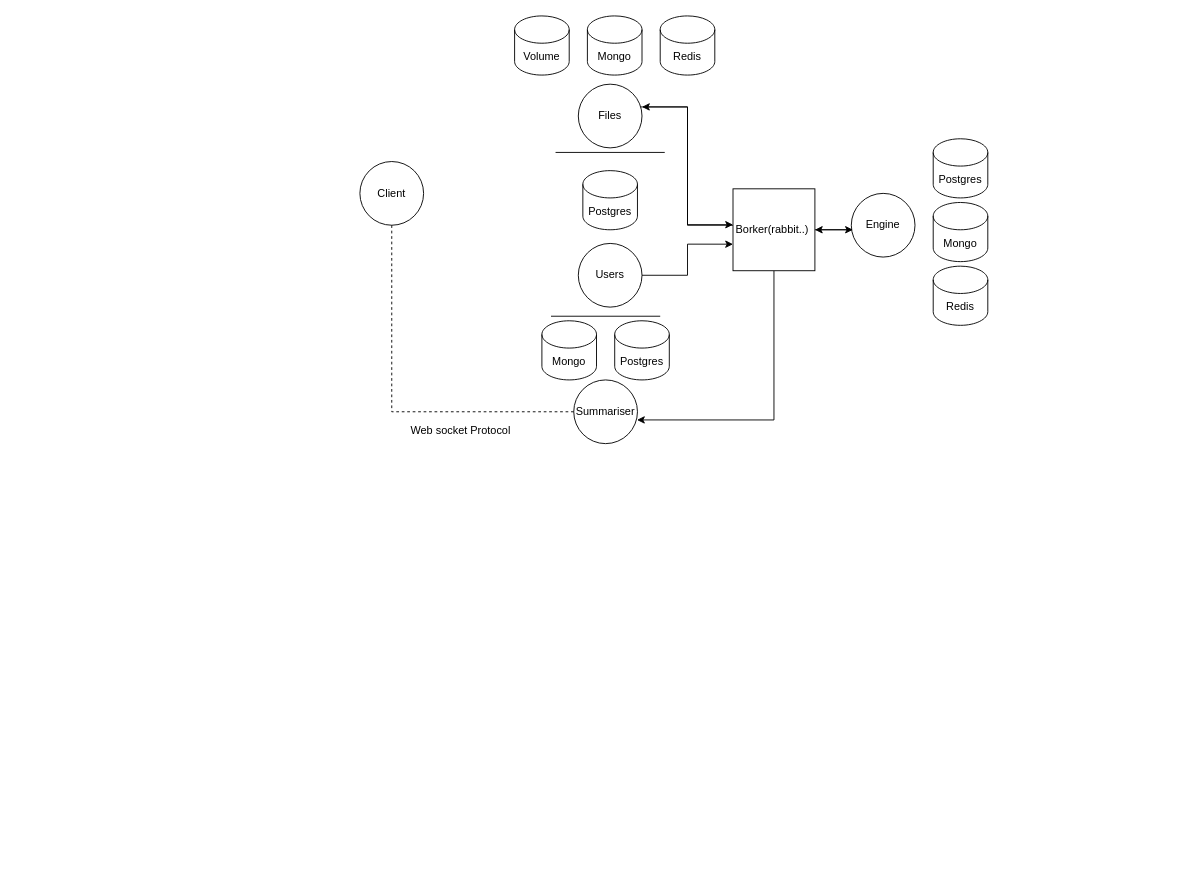
Above: CSF.drawio in Ido400/CSF (draw.io), before the change. Source tidied: cells renumbered, new cells numbered last; positions are measured from the earlier drawing's top-left corner, leaving out a move shared by most shapes. Both pictures are drawn from the tidied source at 91%, with x=0, y=0 at pixel (359, 15).
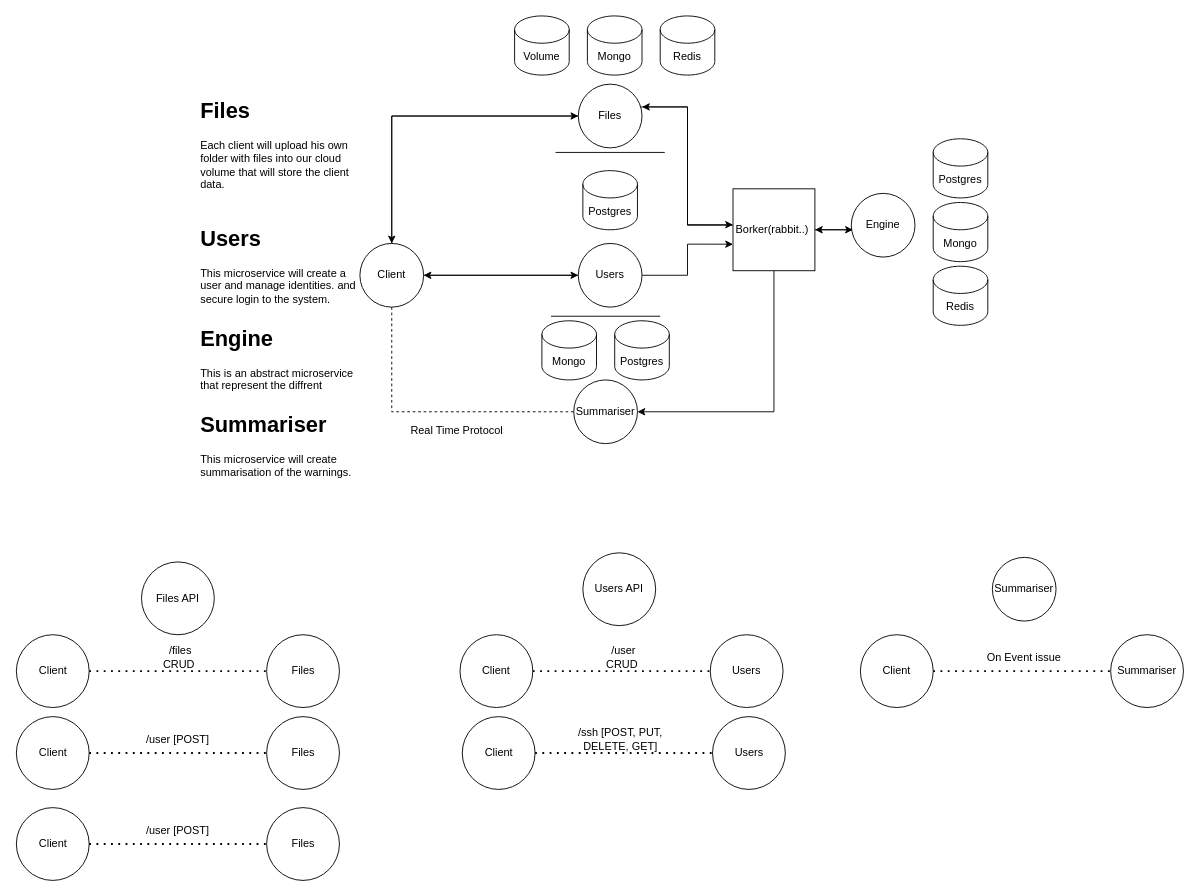
Above is the later version.

Commit message:
finish the genrall desing of the CSF

The change refers to these unchanged cells:
```xml
<mxCell id="3" value="Users" style="ellipse;whiteSpace=wrap;html=1;" parent="1" vertex="1">
  <mxGeometry x="240" y="250" width="70" height="70" as="geometry" />
</mxCell>
<mxCell id="5" value="Files" style="ellipse;whiteSpace=wrap;html=1;" parent="1" vertex="1">
  <mxGeometry x="240" y="75" width="70" height="70" as="geometry" />
</mxCell>
<mxCell id="11" value="Borker(rabbit..)&amp;nbsp;" style="whiteSpace=wrap;html=1;" parent="1" vertex="1">
  <mxGeometry x="410" y="190" width="90" height="90" as="geometry" />
</mxCell>
<mxCell id="19" value="Summariser" style="ellipse;whiteSpace=wrap;html=1;" parent="1" vertex="1">
  <mxGeometry x="235" y="400" width="70" height="70" as="geometry" />
</mxCell>
```

Change to the diagram source:
```diff
@@
+    <mxCell id="27" style="edgeStyle=orthogonalEdgeStyle;rounded=0;jettySize=auto;html=1;entryX=1;entryY=0.5;entryDx=0;entryDy=0;" parent="1" edge="1" source="3" target="12">
+      <mxGeometry relative="1" as="geometry" />
+    </mxCell>
@@
+    <mxCell id="28" style="edgeStyle=orthogonalEdgeStyle;rounded=0;jettySize=auto;html=1;" parent="1" edge="1" source="5" target="12">
+      <mxGeometry relative="1" as="geometry" />
+    </mxCell>
@@
-    <mxCell id="10" style="edgeStyle=orthogonalEdgeStyle;rounded=0;jettySize=auto;html=1;entryX=0.993;entryY=0.628;entryDx=0;entryDy=0;entryPerimeter=0;" parent="1" edge="1" source="11" target="19">
+    <mxCell id="10" style="edgeStyle=orthogonalEdgeStyle;rounded=0;jettySize=auto;html=1;entryX=1;entryY=0.5;entryDx=0;entryDy=0;" parent="1" edge="1" source="11" target="19">
       <mxGeometry relative="1" as="geometry">
         <Array as="points">
-          <mxPoint x="455" y="444" />
+          <mxPoint x="455" y="435" />
         </Array>
       </mxGeometry>
     </mxCell>
@@
+    <mxCell id="29" style="edgeStyle=orthogonalEdgeStyle;rounded=0;jettySize=auto;html=1;" parent="1" edge="1" source="12" target="3">
+      <mxGeometry relative="1" as="geometry" />
+    </mxCell>
+    <mxCell id="30" style="edgeStyle=orthogonalEdgeStyle;rounded=0;jettySize=auto;html=1;entryX=0;entryY=0.5;entryDx=0;entryDy=0;" parent="1" edge="1" source="12" target="5">
+      <mxGeometry relative="1" as="geometry">
+        <Array as="points">
+          <mxPoint x="35" y="110" />
+        </Array>
+      </mxGeometry>
+    </mxCell>
     <mxCell id="12" value="Client" style="ellipse;whiteSpace=wrap;html=1;" parent="1" vertex="1">
-      <mxGeometry y="160" width="70" height="70" as="geometry" />
+      <mxGeometry y="250" width="70" height="70" as="geometry" />
     </mxCell>
@@
-    <mxCell id="26" value="Web socket Protocol" style="text;strokeColor=none;fillColor=none;align=left;verticalAlign=middle;spacingLeft=4;spacingRight=4;overflow=hidden;" parent="1" vertex="1">
+    <mxCell id="26" value="Real Time Protocol" style="text;strokeColor=none;fillColor=none;align=left;verticalAlign=middle;spacingLeft=4;spacingRight=4;overflow=hidden;" parent="1" vertex="1">
       <mxGeometry x="50" y="440" width="140" height="30" as="geometry" />
     </mxCell>
+    <mxCell id="31" value="&lt;h1&gt;Files&amp;nbsp;&lt;/h1&gt;&lt;p&gt;Each client will upload his own folder with files into our cloud volume that will store the client data.&lt;/p&gt;" style="text;html=1;strokeColor=none;fillColor=none;spacing=5;spacingTop=-20;whiteSpace=wrap;overflow=hidden;rounded=0;" parent="1" vertex="1">
+      <mxGeometry x="-180" y="85" width="190" height="120" as="geometry" />
+    </mxCell>
+    <mxCell id="32" value="&lt;h1&gt;Users&lt;/h1&gt;&lt;p&gt;This microservice will create a user and manage identities. and secure login to the system.&amp;nbsp;&lt;span style=&quot;background-color: initial;&quot;&gt;&amp;nbsp; &amp;nbsp;&lt;/span&gt;&lt;/p&gt;" style="text;html=1;strokeColor=none;fillColor=none;spacing=5;spacingTop=-20;whiteSpace=wrap;overflow=hidden;rounded=0;" parent="1" vertex="1">
+      <mxGeometry x="-180" y="225" width="190" height="120" as="geometry" />
+    </mxCell>
+    <mxCell id="33" value="&lt;h1&gt;Engine&lt;/h1&gt;&lt;p&gt;This is an abstract microservice that represent the diffrent&amp;nbsp; &amp;nbsp;&lt;/p&gt;" style="text;html=1;strokeColor=none;fillColor=none;spacing=5;spacingTop=-20;whiteSpace=wrap;overflow=hidden;rounded=0;" parent="1" vertex="1">
+      <mxGeometry x="-180" y="335" width="190" height="120" as="geometry" />
+    </mxCell>
+    <mxCell id="34" value="Users" style="ellipse;whiteSpace=wrap;html=1;" parent="1" vertex="1">
+      <mxGeometry x="385" y="680" width="80" height="80" as="geometry" />
+    </mxCell>
+    <mxCell id="35" value="Client" style="ellipse;whiteSpace=wrap;html=1;" parent="1" vertex="1">
+      <mxGeometry x="110" y="680" width="80" height="80" as="geometry" />
+    </mxCell>
+    <mxCell id="36" style="endArrow=none;dashed=1;html=1;dashPattern=1 3;strokeWidth=2;rounded=0;exitX=1;exitY=0.5;exitDx=0;exitDy=0;entryX=0;entryY=0.5;entryDx=0;entryDy=0;" parent="1" edge="1" source="35" target="34">
+      <mxGeometry relative="1" as="geometry" />
+    </mxCell>
+    <mxCell id="37" value="Users API" style="ellipse;whiteSpace=wrap;html=1;" parent="1" vertex="1">
+      <mxGeometry x="245" y="590" width="80" height="80" as="geometry" />
+    </mxCell>
+    <mxCell id="38" value="/user CRUD&amp;nbsp;" style="text;html=1;strokeColor=none;fillColor=none;align=center;verticalAlign=middle;whiteSpace=wrap;rounded=0;" parent="1" vertex="1">
+      <mxGeometry x="260" y="690" width="60" height="30" as="geometry" />
+    </mxCell>
+    <mxCell id="39" value="Users" style="ellipse;whiteSpace=wrap;html=1;" parent="1" vertex="1">
+      <mxGeometry x="387.5" y="770" width="80" height="80" as="geometry" />
+    </mxCell>
+    <mxCell id="40" value="Client" style="ellipse;whiteSpace=wrap;html=1;" parent="1" vertex="1">
+      <mxGeometry x="112.5" y="770" width="80" height="80" as="geometry" />
+    </mxCell>
+    <mxCell id="41" style="endArrow=none;dashed=1;html=1;dashPattern=1 3;strokeWidth=2;rounded=0;exitX=1;exitY=0.5;exitDx=0;exitDy=0;entryX=0;entryY=0.5;entryDx=0;entryDy=0;" parent="1" edge="1" source="40" target="39">
+      <mxGeometry relative="1" as="geometry" />
+    </mxCell>
+    <mxCell id="42" value="/ssh [POST, PUT, DELETE, GET]" style="text;html=1;strokeColor=none;fillColor=none;align=center;verticalAlign=middle;whiteSpace=wrap;rounded=0;" parent="1" vertex="1">
+      <mxGeometry x="230" y="780" width="112.5" height="30" as="geometry" />
+    </mxCell>
+    <mxCell id="43" value="Files API" style="ellipse;whiteSpace=wrap;html=1;" parent="1" vertex="1">
+      <mxGeometry x="-240" y="600" width="80" height="80" as="geometry" />
+    </mxCell>
+    <mxCell id="44" value="Files" style="ellipse;whiteSpace=wrap;html=1;" parent="1" vertex="1">
+      <mxGeometry x="-102.5" y="680" width="80" height="80" as="geometry" />
+    </mxCell>
+    <mxCell id="45" value="Client" style="ellipse;whiteSpace=wrap;html=1;" parent="1" vertex="1">
+      <mxGeometry x="-377.5" y="680" width="80" height="80" as="geometry" />
+    </mxCell>
+    <mxCell id="46" style="endArrow=none;dashed=1;html=1;dashPattern=1 3;strokeWidth=2;rounded=0;exitX=1;exitY=0.5;exitDx=0;exitDy=0;entryX=0;entryY=0.5;entryDx=0;entryDy=0;" parent="1" edge="1" source="45" target="44">
+      <mxGeometry relative="1" as="geometry" />
+    </mxCell>
+    <mxCell id="47" value="/files CRUD&amp;nbsp;" style="text;html=1;strokeColor=none;fillColor=none;align=center;verticalAlign=middle;whiteSpace=wrap;rounded=0;" parent="1" vertex="1">
+      <mxGeometry x="-227.5" y="690" width="60" height="30" as="geometry" />
+    </mxCell>
+    <mxCell id="48" value="Summariser" style="ellipse;whiteSpace=wrap;html=1;" parent="1" vertex="1">
+      <mxGeometry x="695" y="595" width="70" height="70" as="geometry" />
+    </mxCell>
+    <mxCell id="49" value="Summariser" style="ellipse;whiteSpace=wrap;html=1;" parent="1" vertex="1">
+      <mxGeometry x="825" y="680" width="80" height="80" as="geometry" />
+    </mxCell>
+    <mxCell id="50" value="Client" style="ellipse;whiteSpace=wrap;html=1;" parent="1" vertex="1">
+      <mxGeometry x="550" y="680" width="80" height="80" as="geometry" />
+    </mxCell>
+    <mxCell id="51" style="endArrow=none;dashed=1;html=1;dashPattern=1 3;strokeWidth=2;rounded=0;exitX=1;exitY=0.5;exitDx=0;exitDy=0;entryX=0;entryY=0.5;entryDx=0;entryDy=0;" parent="1" edge="1" source="50" target="49">
+      <mxGeometry relative="1" as="geometry" />
+    </mxCell>
+    <mxCell id="52" value="On Event issue" style="text;html=1;strokeColor=none;fillColor=none;align=center;verticalAlign=middle;whiteSpace=wrap;rounded=0;" parent="1" vertex="1">
+      <mxGeometry x="670" y="690" width="120" height="30" as="geometry" />
+    </mxCell>
+    <mxCell id="53" value="Files" style="ellipse;whiteSpace=wrap;html=1;" parent="1" vertex="1">
+      <mxGeometry x="-102.5" y="770" width="80" height="80" as="geometry" />
+    </mxCell>
+    <mxCell id="54" value="Client" style="ellipse;whiteSpace=wrap;html=1;" parent="1" vertex="1">
+      <mxGeometry x="-377.5" y="770" width="80" height="80" as="geometry" />
+    </mxCell>
+    <mxCell id="55" style="endArrow=none;dashed=1;html=1;dashPattern=1 3;strokeWidth=2;rounded=0;exitX=1;exitY=0.5;exitDx=0;exitDy=0;entryX=0;entryY=0.5;entryDx=0;entryDy=0;" parent="1" edge="1" source="54" target="53">
+      <mxGeometry relative="1" as="geometry" />
+    </mxCell>
+    <mxCell id="56" value="/user [POST]" style="text;html=1;strokeColor=none;fillColor=none;align=center;verticalAlign=middle;whiteSpace=wrap;rounded=0;" parent="1" vertex="1">
+      <mxGeometry x="-270" y="780" width="140" height="30" as="geometry" />
+    </mxCell>
+    <mxCell id="57" value="Files" style="ellipse;whiteSpace=wrap;html=1;" parent="1" vertex="1">
+      <mxGeometry x="-102.5" y="870" width="80" height="80" as="geometry" />
+    </mxCell>
+    <mxCell id="58" value="Client" style="ellipse;whiteSpace=wrap;html=1;" parent="1" vertex="1">
+      <mxGeometry x="-377.5" y="870" width="80" height="80" as="geometry" />
+    </mxCell>
+    <mxCell id="59" style="endArrow=none;dashed=1;html=1;dashPattern=1 3;strokeWidth=2;rounded=0;exitX=1;exitY=0.5;exitDx=0;exitDy=0;entryX=0;entryY=0.5;entryDx=0;entryDy=0;" parent="1" edge="1" source="58" target="57">
+      <mxGeometry relative="1" as="geometry" />
+    </mxCell>
+    <mxCell id="60" value="/user [POST]" style="text;html=1;strokeColor=none;fillColor=none;align=center;verticalAlign=middle;whiteSpace=wrap;rounded=0;" parent="1" vertex="1">
+      <mxGeometry x="-270" y="880" width="140" height="30" as="geometry" />
+    </mxCell>
+    <mxCell id="61" value="&lt;h1&gt;Summariser&lt;/h1&gt;&lt;p&gt;This microservice will create summarisation of the warnings.&amp;nbsp; &amp;nbsp;&amp;nbsp;&lt;/p&gt;" style="text;html=1;strokeColor=none;fillColor=none;spacing=5;spacingTop=-20;whiteSpace=wrap;overflow=hidden;rounded=0;" parent="1" vertex="1">
+      <mxGeometry x="-180" y="430" width="190" height="120" as="geometry" />
+    </mxCell>
```
